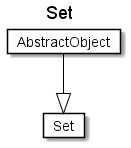
The PlantUML diagram fragments/diagrams/Set.png in rtigran/rdf2adoc, before a commit. Source of this version:
```plantuml
@startuml
Title Set

Card Set #fff [
Set
]
Card AbstractObject #fff [
AbstractObject
]
AbstractObject --|> Set  #000
@enduml
```
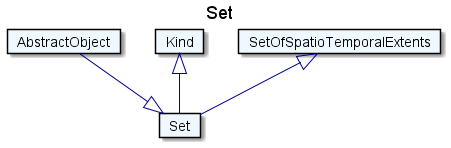
The same file after the commit.

What changed in the source:
```diff
@@ -1,11 +1,19 @@
 @startuml
 Title Set
 
-Card Set #fff [
+Card Set #F0F8FF [
 Set
 ]
-Card AbstractObject #fff [
+Card AbstractObject #F0F8FF [
 AbstractObject
 ]
-AbstractObject --|> Set  #000
+AbstractObject --|> Set  #00008B
+Card Kind #F0F8FF [
+Kind
+]
+Kind <|-- Set  #00008B
+Card SetOfSpatioTemporalExtents #F0F8FF [
+SetOfSpatioTemporalExtents
+]
+SetOfSpatioTemporalExtents <|-- Set  #00008B
 @enduml
```
